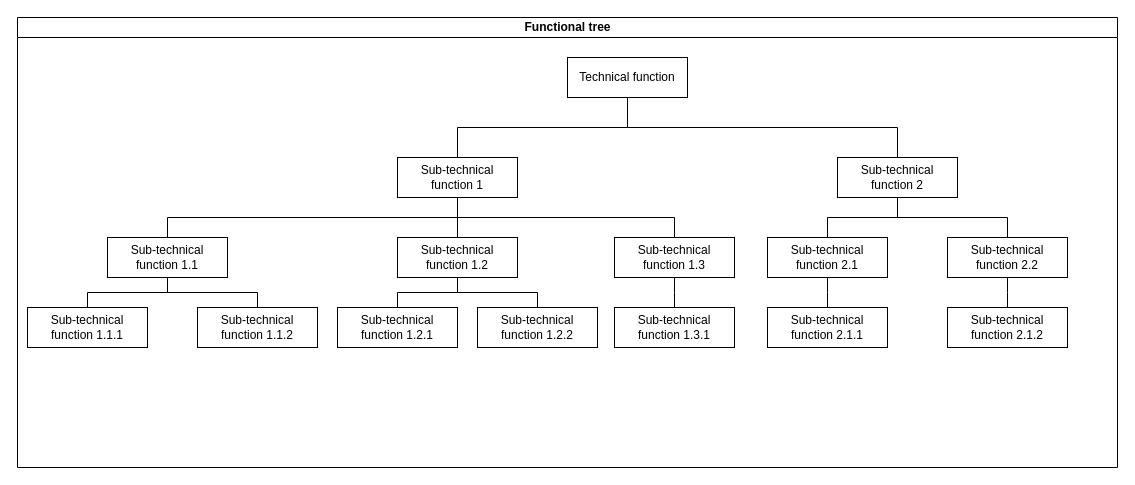
The draw.io diagram Functional tree for template.drawio in amerezoji1362/drawio-github, before the edit. Source tidied: cells renumbered, new cells numbered last; positions are measured from the earlier drawing's top-left corner, leaving out a move shared by most shapes. Both pictures are drawn from the tidied source at 100%, with x=0, y=0 at pixel (17, 17).
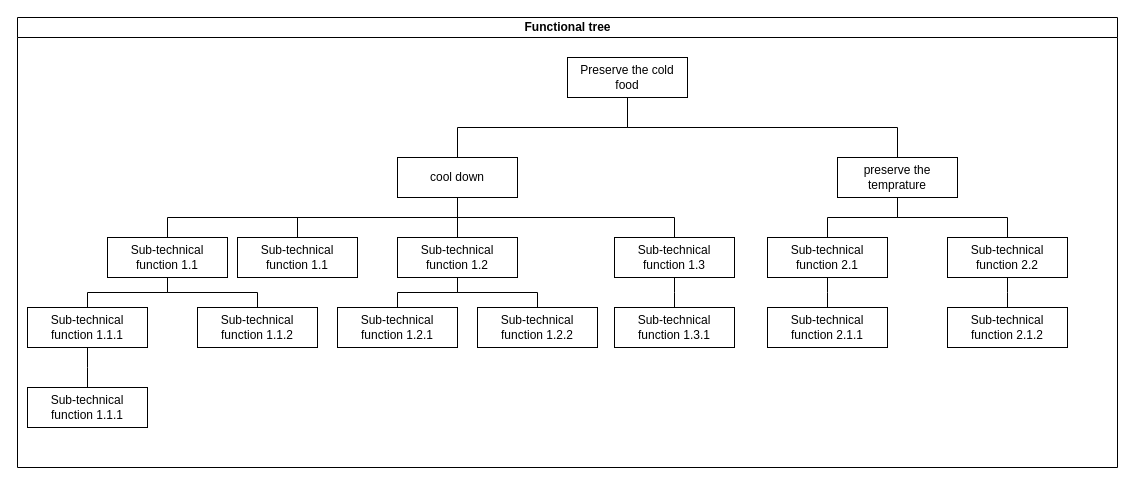
Above is the later version.

Unchanged cells that the change refers to:
```xml
<mxCell id="2" value="Functional tree" style="swimlane;html=1;startSize=20;horizontal=1;containerType=tree;" parent="1" vertex="1">
  <mxGeometry width="1100" height="450" as="geometry" />
</mxCell>
<mxCell id="19" value="Sub-technical function 1.1.1" style="whiteSpace=wrap;html=1;newEdgeStyle={&quot;edgeStyle&quot;:&quot;elbowEdgeStyle&quot;,&quot;startArrow&quot;:&quot;none&quot;,&quot;endArrow&quot;:&quot;none&quot;};" parent="2" vertex="1">
  <mxGeometry x="10" y="290" width="120" height="40" as="geometry" />
</mxCell>
```

Diff of the diagram source:
```diff
@@
-    <mxCell id="4" value="Technical function" style="whiteSpace=wrap;html=1;newEdgeStyle={&quot;edgeStyle&quot;:&quot;elbowEdgeStyle&quot;,&quot;startArrow&quot;:&quot;none&quot;,&quot;endArrow&quot;:&quot;none&quot;};" parent="2" vertex="1">
+    <mxCell id="4" value="Preserve the cold food" style="whiteSpace=wrap;html=1;newEdgeStyle={&quot;edgeStyle&quot;:&quot;elbowEdgeStyle&quot;,&quot;startArrow&quot;:&quot;none&quot;,&quot;endArrow&quot;:&quot;none&quot;};" parent="2" vertex="1">
       <mxGeometry x="550" y="40" width="120" height="40" as="geometry" />
     </mxCell>
-    <mxCell id="5" value="Sub-technical function 1" style="whiteSpace=wrap;html=1;newEdgeStyle={&quot;edgeStyle&quot;:&quot;elbowEdgeStyle&quot;,&quot;startArrow&quot;:&quot;none&quot;,&quot;endArrow&quot;:&quot;none&quot;};" parent="2" vertex="1">
+    <mxCell id="5" value="cool down" style="whiteSpace=wrap;html=1;newEdgeStyle={&quot;edgeStyle&quot;:&quot;elbowEdgeStyle&quot;,&quot;startArrow&quot;:&quot;none&quot;,&quot;endArrow&quot;:&quot;none&quot;};" parent="2" vertex="1">
       <mxGeometry x="380" y="140" width="120" height="40" as="geometry" />
     </mxCell>
@@
-    <mxCell id="7" value="&lt;div&gt;Sub-technical function 2&lt;br&gt;&lt;/div&gt;" style="whiteSpace=wrap;html=1;newEdgeStyle={&quot;edgeStyle&quot;:&quot;elbowEdgeStyle&quot;,&quot;startArrow&quot;:&quot;none&quot;,&quot;endArrow&quot;:&quot;none&quot;};" parent="2" vertex="1">
+    <mxCell id="7" value="preserve the temprature" style="whiteSpace=wrap;html=1;newEdgeStyle={&quot;edgeStyle&quot;:&quot;elbowEdgeStyle&quot;,&quot;startArrow&quot;:&quot;none&quot;,&quot;endArrow&quot;:&quot;none&quot;};" parent="2" vertex="1">
       <mxGeometry x="820" y="140" width="120" height="40" as="geometry" />
     </mxCell>
@@
+    <mxCell id="32" style="edgeStyle=elbowEdgeStyle;elbow=vertical;startArrow=none;endArrow=none;rounded=0;" parent="2" edge="1" source="19" target="33">
+      <mxGeometry relative="1" as="geometry" />
+    </mxCell>
+    <mxCell id="33" value="Sub-technical function 1.1.1" style="whiteSpace=wrap;html=1;newEdgeStyle={&quot;edgeStyle&quot;:&quot;elbowEdgeStyle&quot;,&quot;startArrow&quot;:&quot;none&quot;,&quot;endArrow&quot;:&quot;none&quot;};" parent="2" vertex="1">
+      <mxGeometry x="10" y="370" width="120" height="40" as="geometry" />
+    </mxCell>
+    <mxCell id="34" style="edgeStyle=elbowEdgeStyle;elbow=vertical;startArrow=none;endArrow=none;rounded=0;" parent="2" edge="1" source="5" target="35">
+      <mxGeometry relative="1" as="geometry" />
+    </mxCell>
+    <mxCell id="35" value="Sub-technical function 1.1" style="whiteSpace=wrap;html=1;newEdgeStyle={&quot;edgeStyle&quot;:&quot;elbowEdgeStyle&quot;,&quot;startArrow&quot;:&quot;none&quot;,&quot;endArrow&quot;:&quot;none&quot;};" parent="2" vertex="1">
+      <mxGeometry x="220" y="220" width="120" height="40" as="geometry" />
+    </mxCell>
```
